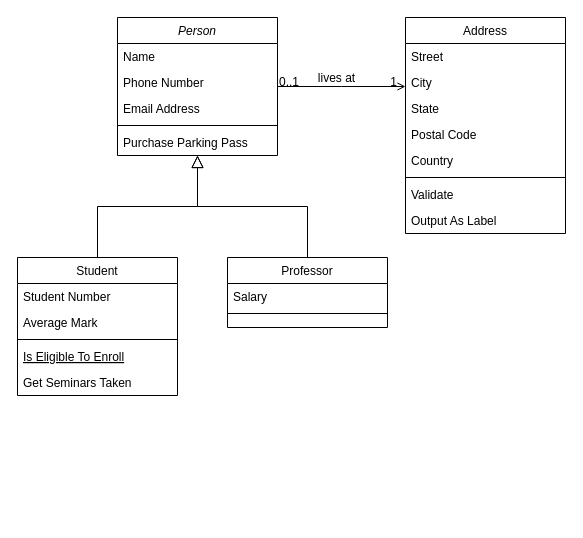
alisiya89/DisTest keeps this draw.io diagram as diagrams/Диаграмма классов.drawio. Above is the earlier version. Source tidied: cells renumbered, new cells numbered last; positions are measured from the earlier drawing's top-left corner, leaving out a move shared by most shapes. Both pictures are drawn from the tidied source at 100%, with x=0, y=0 at pixel (17, 17).
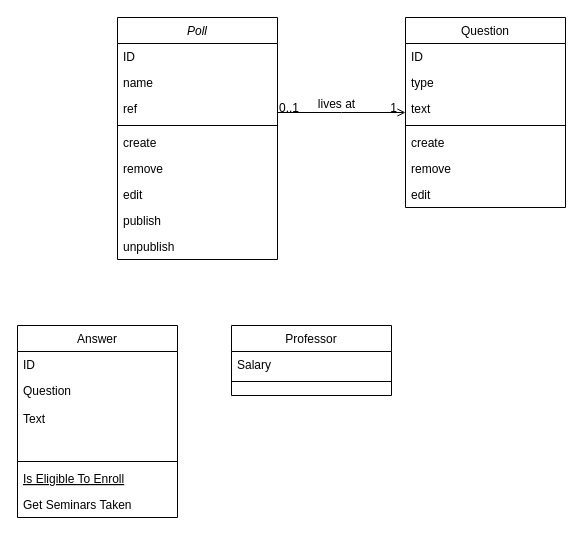
After the change.

The edit, as a diff of the source:
```diff
@@
-    <mxCell id="2" value="Person" style="swimlane;fontStyle=2;align=center;verticalAlign=top;horizontal=1;startSize=26;rounded=0;shadow=0;strokeWidth=1;" parent="1" vertex="1">
-      <mxGeometry x="100" width="160" height="138" as="geometry" />
+    <mxCell id="2" value="Poll" style="swimlane;fontStyle=2;align=center;verticalAlign=top;horizontal=1;startSize=26;rounded=0;shadow=0;strokeWidth=1;" parent="1" vertex="1">
+      <mxGeometry x="100" width="160" height="242" as="geometry" />
     </mxCell>
-    <mxCell id="3" value="Name" style="text;align=left;verticalAlign=top;spacingLeft=4;spacingRight=4;overflow=hidden;" parent="2" vertex="1">
+    <mxCell id="3" value="ID" style="text;align=left;verticalAlign=top;spacingLeft=4;spacingRight=4;overflow=hidden;" parent="2" vertex="1">
       <mxGeometry y="26" width="160" height="26" as="geometry" />
     </mxCell>
-    <mxCell id="4" value="Phone Number" style="text;align=left;verticalAlign=top;spacingLeft=4;spacingRight=4;overflow=hidden;rounded=0;shadow=0;html=0;" parent="2" vertex="1">
+    <mxCell id="4" value="name" style="text;align=left;verticalAlign=top;spacingLeft=4;spacingRight=4;overflow=hidden;rounded=0;shadow=0;html=0;" parent="2" vertex="1">
       <mxGeometry y="52" width="160" height="26" as="geometry" />
     </mxCell>
-    <mxCell id="5" value="Email Address" style="text;align=left;verticalAlign=top;spacingLeft=4;spacingRight=4;overflow=hidden;rounded=0;shadow=0;html=0;" parent="2" vertex="1">
-      <mxGeometry y="78" width="160" height="26" as="geometry" />
-    </mxCell>
+    <mxCell id="32" value="ref" style="text;align=left;verticalAlign=top;spacingLeft=4;spacingRight=4;overflow=hidden;rounded=0;shadow=0;html=0;" parent="2" vertex="1">
+      <mxGeometry y="78" width="160" height="26" as="geometry" />
+    </mxCell>
@@
-    <mxCell id="7" value="Purchase Parking Pass" style="text;align=left;verticalAlign=top;spacingLeft=4;spacingRight=4;overflow=hidden;" parent="2" vertex="1">
-      <mxGeometry y="112" width="160" height="26" as="geometry" />
-    </mxCell>
+    <mxCell id="33" value="create" style="text;align=left;verticalAlign=top;spacingLeft=4;spacingRight=4;overflow=hidden;rounded=0;shadow=0;html=0;" parent="2" vertex="1">
+      <mxGeometry y="112" width="160" height="26" as="geometry" />
+    </mxCell>
+    <mxCell id="34" value="remove" style="text;align=left;verticalAlign=top;spacingLeft=4;spacingRight=4;overflow=hidden;rounded=0;shadow=0;html=0;" parent="2" vertex="1">
+      <mxGeometry y="138" width="160" height="26" as="geometry" />
+    </mxCell>
+    <mxCell id="35" value="edit" style="text;align=left;verticalAlign=top;spacingLeft=4;spacingRight=4;overflow=hidden;rounded=0;shadow=0;html=0;" parent="2" vertex="1">
+      <mxGeometry y="164" width="160" height="26" as="geometry" />
+    </mxCell>
+    <mxCell id="36" value="publish" style="text;align=left;verticalAlign=top;spacingLeft=4;spacingRight=4;overflow=hidden;rounded=0;shadow=0;html=0;" parent="2" vertex="1">
+      <mxGeometry y="190" width="160" height="26" as="geometry" />
+    </mxCell>
+    <mxCell id="37" value="unpublish" style="text;align=left;verticalAlign=top;spacingLeft=4;spacingRight=4;overflow=hidden;rounded=0;shadow=0;html=0;" parent="2" vertex="1">
+      <mxGeometry y="216" width="160" height="26" as="geometry" />
+    </mxCell>
-    <mxCell id="8" value="Student" style="swimlane;fontStyle=0;align=center;verticalAlign=top;horizontal=1;startSize=26;rounded=0;shadow=0;strokeWidth=1;" parent="1" vertex="1">
-      <mxGeometry y="240" width="160" height="138" as="geometry" />
+    <mxCell id="8" value="Answer" style="swimlane;fontStyle=0;align=center;verticalAlign=top;horizontal=1;startSize=26;rounded=0;shadow=0;strokeWidth=1;" parent="1" vertex="1">
+      <mxGeometry y="308" width="160" height="192" as="geometry" />
     </mxCell>
-    <mxCell id="9" value="Student Number" style="text;align=left;verticalAlign=top;spacingLeft=4;spacingRight=4;overflow=hidden;" parent="8" vertex="1">
+    <mxCell id="9" value="ID" style="text;align=left;verticalAlign=top;spacingLeft=4;spacingRight=4;overflow=hidden;" parent="8" vertex="1">
       <mxGeometry y="26" width="160" height="26" as="geometry" />
     </mxCell>
-    <mxCell id="10" value="Average Mark" style="text;align=left;verticalAlign=top;spacingLeft=4;spacingRight=4;overflow=hidden;rounded=0;shadow=0;html=0;" parent="8" vertex="1">
-      <mxGeometry y="52" width="160" height="26" as="geometry" />
+    <mxCell id="10" value="Question" style="text;align=left;verticalAlign=top;spacingLeft=4;spacingRight=4;overflow=hidden;rounded=0;shadow=0;html=0;" parent="8" vertex="1">
+      <mxGeometry y="52" width="160" height="28" as="geometry" />
     </mxCell>
+    <mxCell id="38" value="Text" style="text;align=left;verticalAlign=top;spacingLeft=4;spacingRight=4;overflow=hidden;rounded=0;shadow=0;html=0;" parent="8" vertex="1">
+      <mxGeometry y="80" width="160" height="26" as="geometry" />
+    </mxCell>
+    <mxCell id="39" style="text;align=left;verticalAlign=top;spacingLeft=4;spacingRight=4;overflow=hidden;rounded=0;shadow=0;html=0;" parent="8" vertex="1">
+      <mxGeometry y="106" width="160" height="26" as="geometry" />
+    </mxCell>
     <mxCell id="11" style="line;html=1;strokeWidth=1;align=left;verticalAlign=middle;spacingTop=-1;spacingLeft=3;spacingRight=3;labelPosition=right;" parent="8" vertex="1">
-      <mxGeometry y="78" width="160" height="8" as="geometry" />
+      <mxGeometry y="132" width="160" height="8" as="geometry" />
     </mxCell>
     <mxCell id="12" value="Is Eligible To Enroll" style="text;align=left;verticalAlign=top;spacingLeft=4;spacingRight=4;overflow=hidden;fontStyle=4;" parent="8" vertex="1">
-      <mxGeometry y="86" width="160" height="26" as="geometry" />
+      <mxGeometry y="140" width="160" height="26" as="geometry" />
     </mxCell>
     <mxCell id="13" value="Get Seminars Taken" style="text;align=left;verticalAlign=top;spacingLeft=4;spacingRight=4;overflow=hidden;" parent="8" vertex="1">
-      <mxGeometry y="112" width="160" height="26" as="geometry" />
+      <mxGeometry y="166" width="160" height="26" as="geometry" />
     </mxCell>
-    <mxCell id="14" style="endArrow=block;endSize=10;endFill=0;shadow=0;strokeWidth=1;rounded=0;edgeStyle=elbowEdgeStyle;elbow=vertical;" parent="1" edge="1" source="8" target="2">
-      <mxGeometry relative="1" as="geometry" />
-    </mxCell>
     <mxCell id="15" value="Professor" style="swimlane;fontStyle=0;align=center;verticalAlign=top;horizontal=1;startSize=26;rounded=0;shadow=0;strokeWidth=1;" parent="1" vertex="1">
-      <mxGeometry x="210" y="240" width="160" height="70" as="geometry" />
+      <mxGeometry x="214" y="308" width="160" height="70" as="geometry" />
     </mxCell>
@@
-    <mxCell id="18" style="endArrow=block;endSize=10;endFill=0;shadow=0;strokeWidth=1;rounded=0;edgeStyle=elbowEdgeStyle;elbow=vertical;" parent="1" edge="1" source="15" target="2">
-      <mxGeometry relative="1" as="geometry" />
-    </mxCell>
-    <mxCell id="19" value="Address" style="swimlane;fontStyle=0;align=center;verticalAlign=top;horizontal=1;startSize=26;rounded=0;shadow=0;strokeWidth=1;" parent="1" vertex="1">
-      <mxGeometry x="388" width="160" height="216" as="geometry" />
+    <mxCell id="19" value="Question" style="swimlane;fontStyle=0;align=center;verticalAlign=top;horizontal=1;startSize=26;rounded=0;shadow=0;strokeWidth=1;" parent="1" vertex="1">
+      <mxGeometry x="388" width="160" height="190" as="geometry" />
     </mxCell>
-    <mxCell id="20" value="Street" style="text;align=left;verticalAlign=top;spacingLeft=4;spacingRight=4;overflow=hidden;" parent="19" vertex="1">
+    <mxCell id="20" value="ID" style="text;align=left;verticalAlign=top;spacingLeft=4;spacingRight=4;overflow=hidden;" parent="19" vertex="1">
       <mxGeometry y="26" width="160" height="26" as="geometry" />
     </mxCell>
-    <mxCell id="21" value="City" style="text;align=left;verticalAlign=top;spacingLeft=4;spacingRight=4;overflow=hidden;rounded=0;shadow=0;html=0;" parent="19" vertex="1">
+    <mxCell id="21" value="type" style="text;align=left;verticalAlign=top;spacingLeft=4;spacingRight=4;overflow=hidden;rounded=0;shadow=0;html=0;" parent="19" vertex="1">
       <mxGeometry y="52" width="160" height="26" as="geometry" />
     </mxCell>
-    <mxCell id="22" value="State" style="text;align=left;verticalAlign=top;spacingLeft=4;spacingRight=4;overflow=hidden;rounded=0;shadow=0;html=0;" parent="19" vertex="1">
+    <mxCell id="22" value="text" style="text;align=left;verticalAlign=top;spacingLeft=4;spacingRight=4;overflow=hidden;rounded=0;shadow=0;html=0;" parent="19" vertex="1">
       <mxGeometry y="78" width="160" height="26" as="geometry" />
     </mxCell>
-    <mxCell id="23" value="Postal Code" style="text;align=left;verticalAlign=top;spacingLeft=4;spacingRight=4;overflow=hidden;rounded=0;shadow=0;html=0;" parent="19" vertex="1">
-      <mxGeometry y="104" width="160" height="26" as="geometry" />
-    </mxCell>
-    <mxCell id="24" value="Country" style="text;align=left;verticalAlign=top;spacingLeft=4;spacingRight=4;overflow=hidden;rounded=0;shadow=0;html=0;" parent="19" vertex="1">
-      <mxGeometry y="130" width="160" height="26" as="geometry" />
-    </mxCell>
     <mxCell id="25" style="line;html=1;strokeWidth=1;align=left;verticalAlign=middle;spacingTop=-1;spacingLeft=3;spacingRight=3;labelPosition=right;" parent="19" vertex="1">
-      <mxGeometry y="156" width="160" height="8" as="geometry" />
+      <mxGeometry y="104" width="160" height="8" as="geometry" />
     </mxCell>
-    <mxCell id="26" value="Validate" style="text;align=left;verticalAlign=top;spacingLeft=4;spacingRight=4;overflow=hidden;" parent="19" vertex="1">
-      <mxGeometry y="164" width="160" height="26" as="geometry" />
+    <mxCell id="26" value="create" style="text;align=left;verticalAlign=top;spacingLeft=4;spacingRight=4;overflow=hidden;" parent="19" vertex="1">
+      <mxGeometry y="112" width="160" height="26" as="geometry" />
     </mxCell>
-    <mxCell id="27" value="Output As Label" style="text;align=left;verticalAlign=top;spacingLeft=4;spacingRight=4;overflow=hidden;" parent="19" vertex="1">
-      <mxGeometry y="190" width="160" height="26" as="geometry" />
+    <mxCell id="27" value="remove" style="text;align=left;verticalAlign=top;spacingLeft=4;spacingRight=4;overflow=hidden;" parent="19" vertex="1">
+      <mxGeometry y="138" width="160" height="26" as="geometry" />
     </mxCell>
+    <mxCell id="40" value="edit" style="text;align=left;verticalAlign=top;spacingLeft=4;spacingRight=4;overflow=hidden;" parent="19" vertex="1">
+      <mxGeometry y="164" width="160" height="26" as="geometry" />
+    </mxCell>
```
